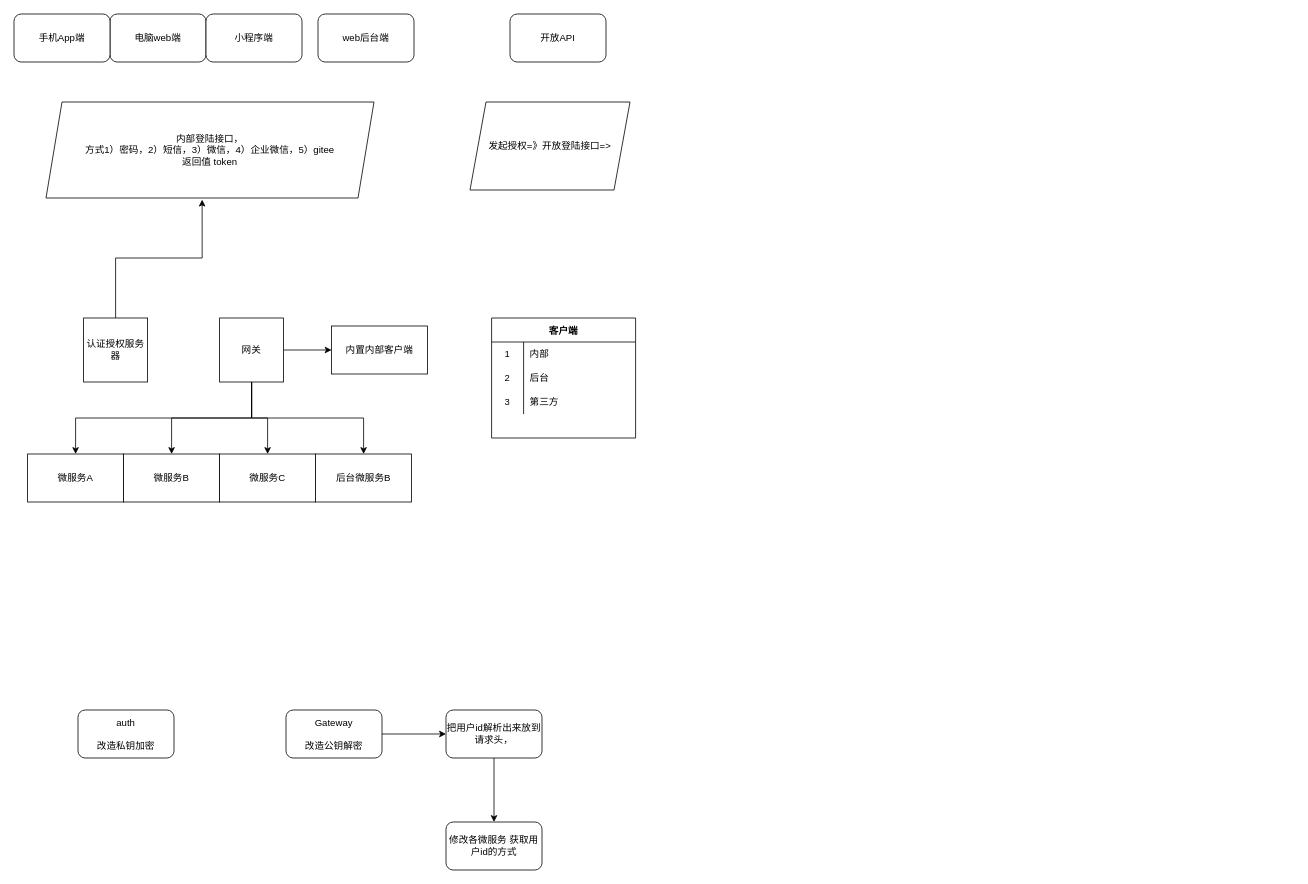
Earlier version of the draw.io diagram 未命名绘图.drawio (fjx5762/coding-note). Source tidied: cells renumbered, new cells numbered last; positions are measured from the earlier drawing's top-left corner, leaving out a move shared by most shapes. Both pictures are drawn from the tidied source at 80%, with x=0, y=0 at pixel (14, 14).
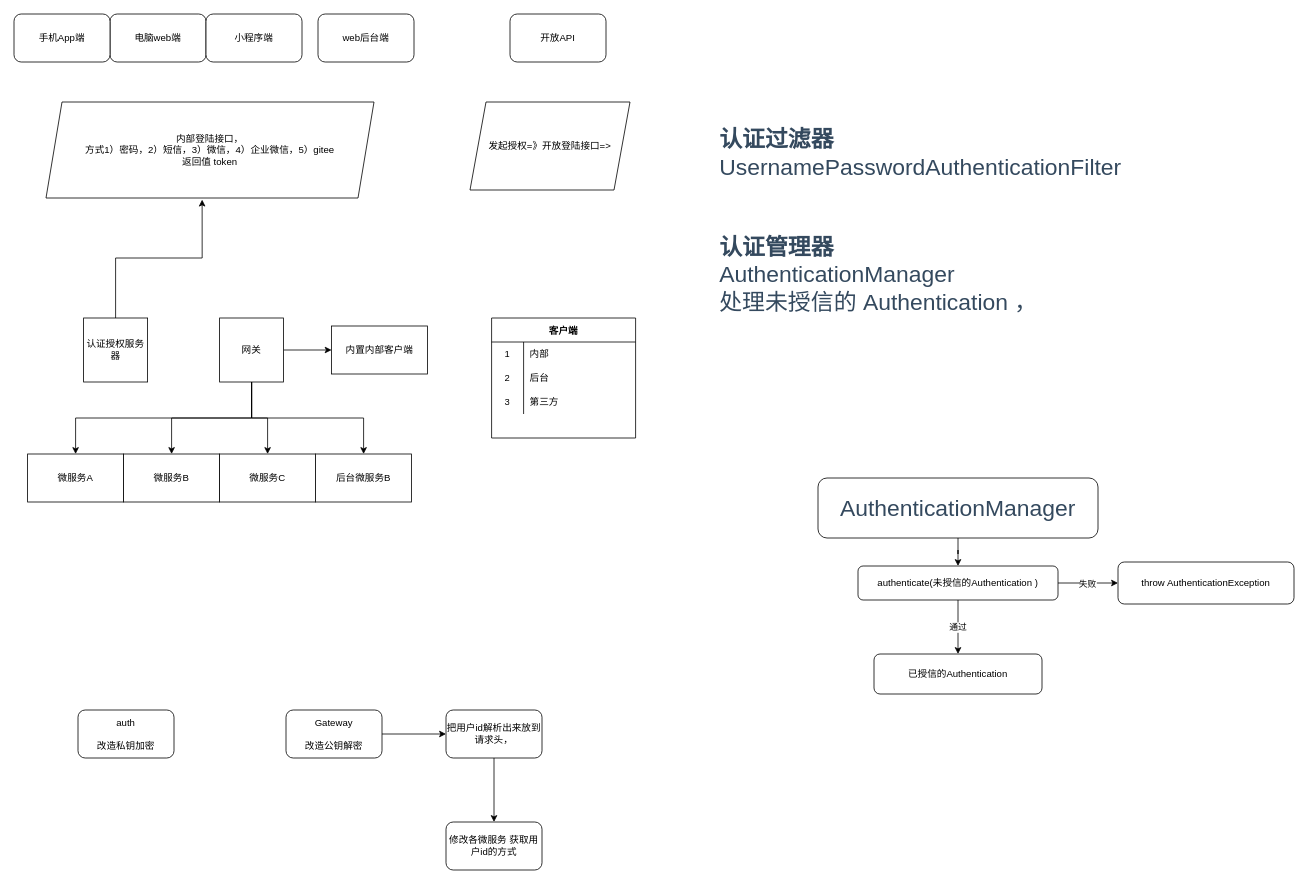
The same diagram, later.

Commit message:
更新未命名绘图.drawio

Change to the diagram source:
```diff
@@
+    <mxCell id="38" value="&lt;br&gt;&lt;br&gt;&lt;br&gt;&lt;div&gt;&lt;span style=&quot;mso-spacerun:'yes';font-size:21.46pt;font-family:MicrosoftYaHei-Bold;color:rgb(52,73,94);font-weight:bold;&quot;&gt;认证过滤器 &lt;/span&gt;&lt;/div&gt;&lt;div&gt;&lt;span style=&quot;mso-spacerun:'yes';font-size:21.46pt;font-family:SourceSansPro-SemiBold;color:rgb(52,73,94);&quot;&gt;UsernamePasswordAuthenticationFilter&lt;/span&gt;&lt;/div&gt;" style="text;whiteSpace=wrap;html=1;" parent="1" vertex="1">
+      <mxGeometry x="880" y="90" width="560" height="210" as="geometry" />
+    </mxCell>
+    <mxCell id="39" value="&lt;br&gt;&lt;br&gt;&lt;br&gt;&lt;br&gt;&lt;div&gt;&lt;span style=&quot;mso-spacerun:'yes';font-size:21.46pt;font-family:MicrosoftYaHei-Bold;color:rgb(52,73,94);font-weight:bold;&quot;&gt;认证管理器&lt;/span&gt;&lt;/div&gt;&lt;div&gt;&lt;span style=&quot;mso-spacerun:'yes';font-size:21.46pt;font-family:SourceSansPro-SemiBold;color:rgb(52,73,94);&quot;&gt;AuthenticationManager &lt;/span&gt;&lt;/div&gt;&lt;div&gt;&lt;font face=&quot;SourceSansPro-SemiBold&quot; color=&quot;#34495e&quot;&gt;&lt;span style=&quot;font-size: 28.6133px;&quot;&gt;处理未授信的 Authentication ，&lt;/span&gt;&lt;/font&gt;&lt;/div&gt;" style="text;whiteSpace=wrap;html=1;" parent="1" vertex="1">
+      <mxGeometry x="880" y="210" width="490" height="170" as="geometry" />
+    </mxCell>
+    <mxCell id="40" style="edgeStyle=orthogonalEdgeStyle;rounded=0;jettySize=auto;html=1;" parent="1" edge="1" source="41" target="45">
+      <mxGeometry relative="1" as="geometry" />
+    </mxCell>
+    <mxCell id="41" value="&lt;span style=&quot;color: rgb(52, 73, 94); font-family: SourceSansPro-SemiBold; font-size: 28.6133px; text-align: left;&quot;&gt;AuthenticationManager&lt;/span&gt;" style="rounded=1;whiteSpace=wrap;html=1;" parent="1" vertex="1">
+      <mxGeometry x="1005" y="580" width="350" height="75" as="geometry" />
+    </mxCell>
+    <mxCell id="42" value="通过" style="edgeStyle=orthogonalEdgeStyle;rounded=0;jettySize=auto;html=1;" parent="1" edge="1" source="45" target="46">
+      <mxGeometry relative="1" as="geometry" />
+    </mxCell>
+    <mxCell id="43" style="edgeStyle=orthogonalEdgeStyle;rounded=0;jettySize=auto;html=1;" parent="1" edge="1" source="45" target="47">
+      <mxGeometry relative="1" as="geometry" />
+    </mxCell>
+    <mxCell id="44" value="失败" style="edgeLabel;html=1;align=center;verticalAlign=middle;" parent="43" vertex="1">
+      <mxGeometry x="-0.03" relative="1" as="geometry">
+        <mxPoint y="1" as="offset" />
+      </mxGeometry>
+    </mxCell>
+    <mxCell id="45" value="authenticate(未授信的Authentication )" style="whiteSpace=wrap;html=1;rounded=1;" parent="1" vertex="1">
+      <mxGeometry x="1055" y="690" width="250" height="42.5" as="geometry" />
+    </mxCell>
+    <mxCell id="46" value="已授信的Authentication" style="whiteSpace=wrap;html=1;rounded=1;" parent="1" vertex="1">
+      <mxGeometry x="1075" y="800" width="210" height="50" as="geometry" />
+    </mxCell>
+    <mxCell id="47" value="throw AuthenticationException" style="whiteSpace=wrap;html=1;rounded=1;" parent="1" vertex="1">
+      <mxGeometry x="1380" y="685" width="220" height="52.5" as="geometry" />
+    </mxCell>
```
